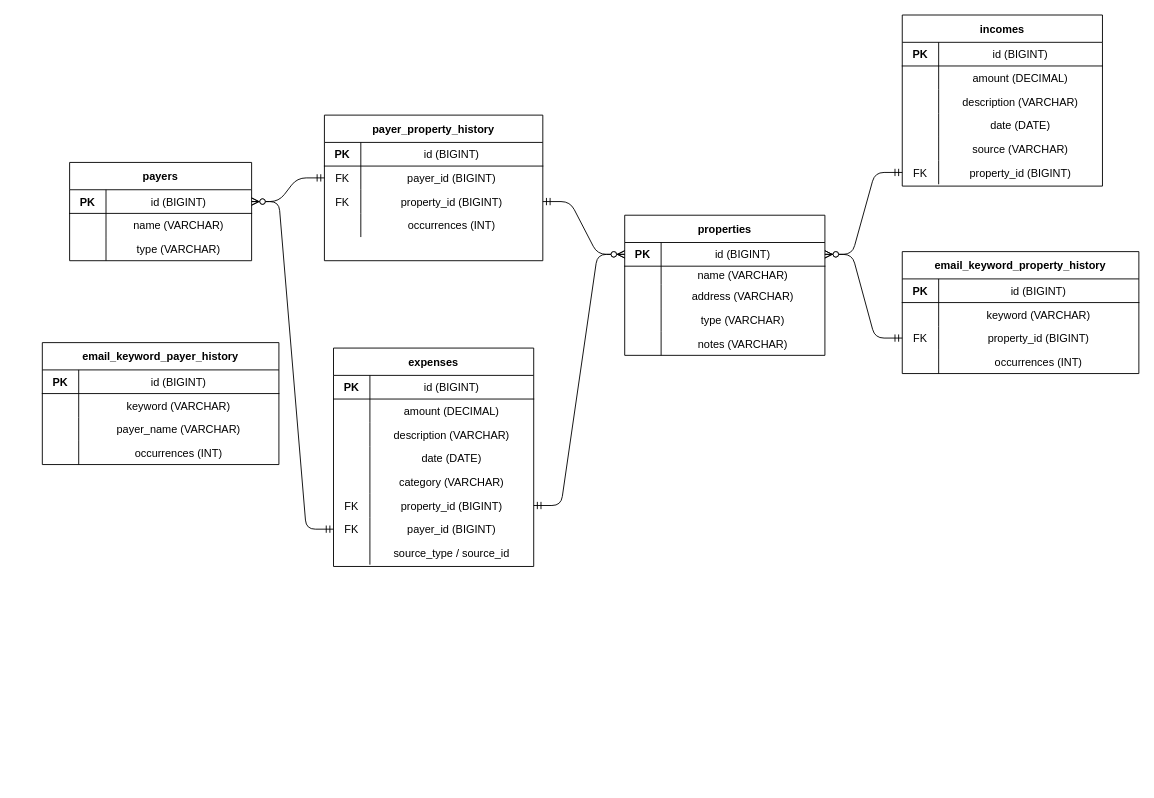
Earlier version of the draw.io diagram diagrams/erd.drawio (jinloes/bookie). Source tidied: cells renumbered, new cells numbered last; positions are measured from the earlier drawing's top-left corner, leaving out a move shared by most shapes. Both pictures are drawn from the tidied source at 91%, with x=0, y=0 at pixel (42, 15).
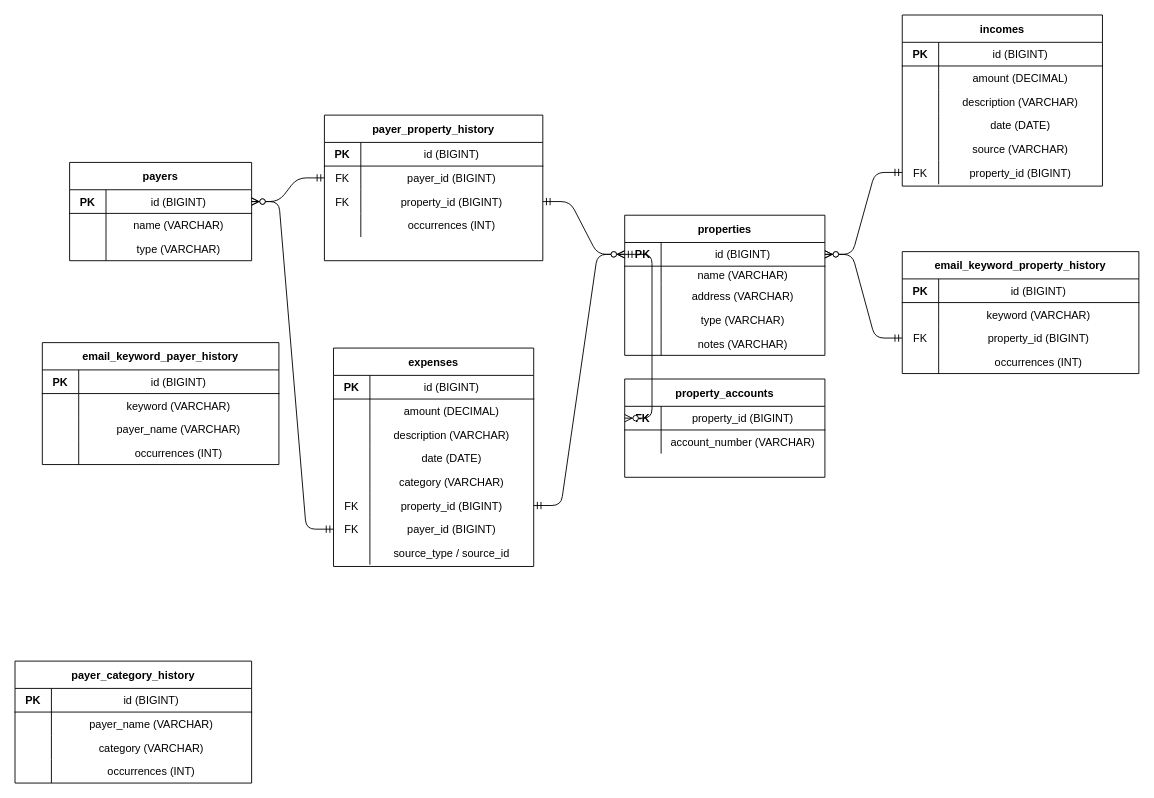
After the change.

The change refers to these unchanged cells:
```xml
<mxCell id="3" style="shape=tableRow;horizontal=0;startSize=0;swimlaneHead=0;swimlaneBody=0;fillColor=none;points=[[0,0.5],[1,0.5]];portConstraint=eastwest;fontSize=12;top=0;left=0;right=0;bottom=1;" parent="2" vertex="1">
  <mxGeometry y="30" width="220" height="26" as="geometry" />
</mxCell>
```

Diff of the diagram source:
```diff
@@
+    <mxCell id="117" value="payer_category_history" style="shape=table;startSize=30;childLayout=tableLayout;rowLines=0;fontStyle=1;align=center;" parent="1" vertex="1">
+      <mxGeometry x="-30" y="710" width="260" height="134" as="geometry" />
+    </mxCell>
+    <mxCell id="118" style="shape=tableRow;horizontal=0;startSize=0;swimlaneHead=0;swimlaneBody=0;fillColor=none;fontSize=12;top=0;left=0;right=0;bottom=1;" parent="117" vertex="1">
+      <mxGeometry y="30" width="260" height="26" as="geometry" />
+    </mxCell>
+    <mxCell id="119" value="PK" style="shape=partialRectangle;fillColor=none;top=0;left=0;bottom=0;right=0;fontStyle=1;overflow=hidden;" parent="118" vertex="1">
+      <mxGeometry width="40" height="26" as="geometry" />
+    </mxCell>
+    <mxCell id="120" value="id (BIGINT)" style="shape=partialRectangle;fillColor=none;top=0;left=0;bottom=0;right=0;overflow=hidden;" parent="118" vertex="1">
+      <mxGeometry x="40" width="220" height="26" as="geometry" />
+    </mxCell>
+    <mxCell id="121" style="shape=tableRow;horizontal=0;startSize=0;swimlaneHead=0;swimlaneBody=0;fillColor=none;fontSize=12;top=0;left=0;right=0;bottom=0;" parent="117" vertex="1">
+      <mxGeometry y="56" width="260" height="26" as="geometry" />
+    </mxCell>
+    <mxCell id="122" style="shape=partialRectangle;fillColor=none;top=0;left=0;bottom=0;right=0;overflow=hidden;" parent="121" vertex="1">
+      <mxGeometry width="40" height="26" as="geometry" />
+    </mxCell>
+    <mxCell id="123" value="payer_name (VARCHAR)" style="shape=partialRectangle;fillColor=none;top=0;left=0;bottom=0;right=0;overflow=hidden;" parent="121" vertex="1">
+      <mxGeometry x="40" width="220" height="26" as="geometry" />
+    </mxCell>
+    <mxCell id="124" style="shape=tableRow;horizontal=0;startSize=0;swimlaneHead=0;swimlaneBody=0;fillColor=none;fontSize=12;top=0;left=0;right=0;bottom=0;" parent="117" vertex="1">
+      <mxGeometry y="82" width="260" height="26" as="geometry" />
+    </mxCell>
+    <mxCell id="125" style="shape=partialRectangle;fillColor=none;top=0;left=0;bottom=0;right=0;overflow=hidden;" parent="124" vertex="1">
+      <mxGeometry width="40" height="26" as="geometry" />
+    </mxCell>
+    <mxCell id="126" value="category (VARCHAR)" style="shape=partialRectangle;fillColor=none;top=0;left=0;bottom=0;right=0;overflow=hidden;" parent="124" vertex="1">
+      <mxGeometry x="40" width="220" height="26" as="geometry" />
+    </mxCell>
+    <mxCell id="127" style="shape=tableRow;horizontal=0;startSize=0;swimlaneHead=0;swimlaneBody=0;fillColor=none;fontSize=12;top=0;left=0;right=0;bottom=0;" parent="117" vertex="1">
+      <mxGeometry y="108" width="260" height="26" as="geometry" />
+    </mxCell>
+    <mxCell id="128" style="shape=partialRectangle;fillColor=none;top=0;left=0;bottom=0;right=0;overflow=hidden;" parent="127" vertex="1">
+      <mxGeometry width="40" height="26" as="geometry" />
+    </mxCell>
+    <mxCell id="129" value="occurrences (INT)" style="shape=partialRectangle;fillColor=none;top=0;left=0;bottom=0;right=0;overflow=hidden;" parent="127" vertex="1">
+      <mxGeometry x="40" width="220" height="26" as="geometry" />
+    </mxCell>
+    <mxCell id="130" value="property_accounts" style="shape=table;startSize=30;childLayout=tableLayout;rowLines=0;fontStyle=1;align=center;" parent="1" vertex="1">
+      <mxGeometry x="640" y="400" width="220" height="108" as="geometry" />
+    </mxCell>
+    <mxCell id="131" style="shape=tableRow;horizontal=0;startSize=0;swimlaneHead=0;swimlaneBody=0;fillColor=none;points=[[0,0.5],[1,0.5]];portConstraint=eastwest;fontSize=12;top=0;left=0;right=0;bottom=1;" parent="130" vertex="1">
+      <mxGeometry y="30" width="220" height="26" as="geometry" />
+    </mxCell>
+    <mxCell id="132" value="FK" style="shape=partialRectangle;fillColor=none;top=0;left=0;bottom=0;right=0;fontStyle=1;overflow=hidden;" parent="131" vertex="1">
+      <mxGeometry width="40" height="26" as="geometry" />
+    </mxCell>
+    <mxCell id="133" value="property_id (BIGINT)" style="shape=partialRectangle;fillColor=none;top=0;left=0;bottom=0;right=0;overflow=hidden;" parent="131" vertex="1">
+      <mxGeometry x="40" width="180" height="26" as="geometry" />
+    </mxCell>
+    <mxCell id="134" style="shape=tableRow;horizontal=0;startSize=0;swimlaneHead=0;swimlaneBody=0;fillColor=none;fontSize=12;top=0;left=0;right=0;bottom=0;" parent="130" vertex="1">
+      <mxGeometry y="56" width="220" height="26" as="geometry" />
+    </mxCell>
+    <mxCell id="135" style="shape=partialRectangle;fillColor=none;top=0;left=0;bottom=0;right=0;overflow=hidden;" parent="134" vertex="1">
+      <mxGeometry width="40" height="26" as="geometry" />
+    </mxCell>
+    <mxCell id="136" value="account_number (VARCHAR)" style="shape=partialRectangle;fillColor=none;top=0;left=0;bottom=0;right=0;overflow=hidden;" parent="134" vertex="1">
+      <mxGeometry x="40" width="180" height="26" as="geometry" />
+    </mxCell>
+    <mxCell id="137" style="edgeStyle=entityRelationEdgeStyle;endArrow=ERzeroToMany;startArrow=ERmandOne;exitX=0;exitY=0.5;entryX=0;entryY=0.5;" parent="1" edge="1" source="3" target="131">
+      <mxGeometry relative="1" as="geometry" />
+    </mxCell>
```
